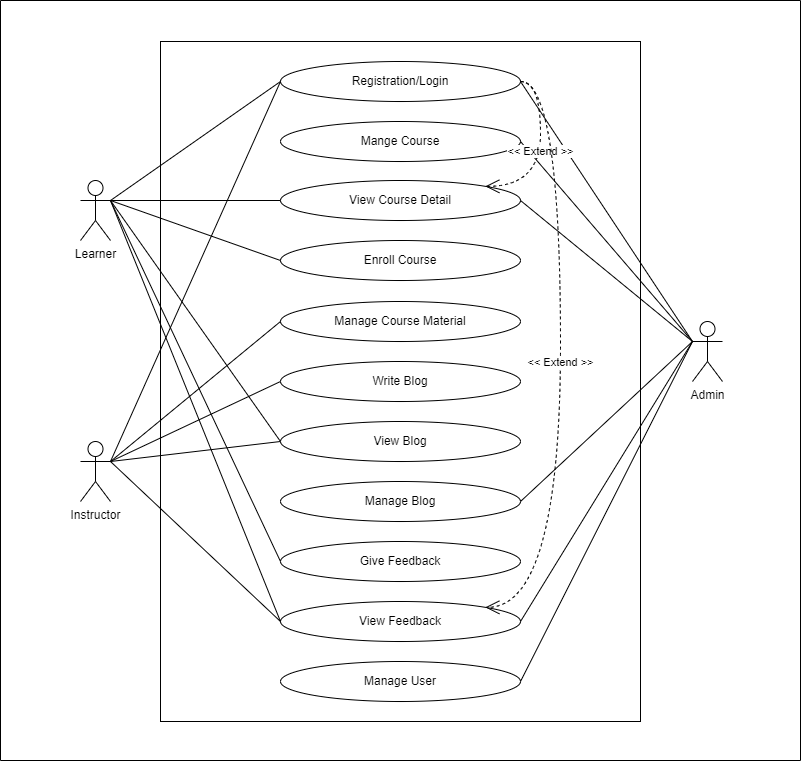
The draw.io diagram Materials/Use Case Diagrams/Use case.png in iprosenjitp/Tech-School, before a commit. Source tidied: cells renumbered, new cells last; positions are measured from the earlier drawing's top-left corner, leaving out a move shared by most shapes.
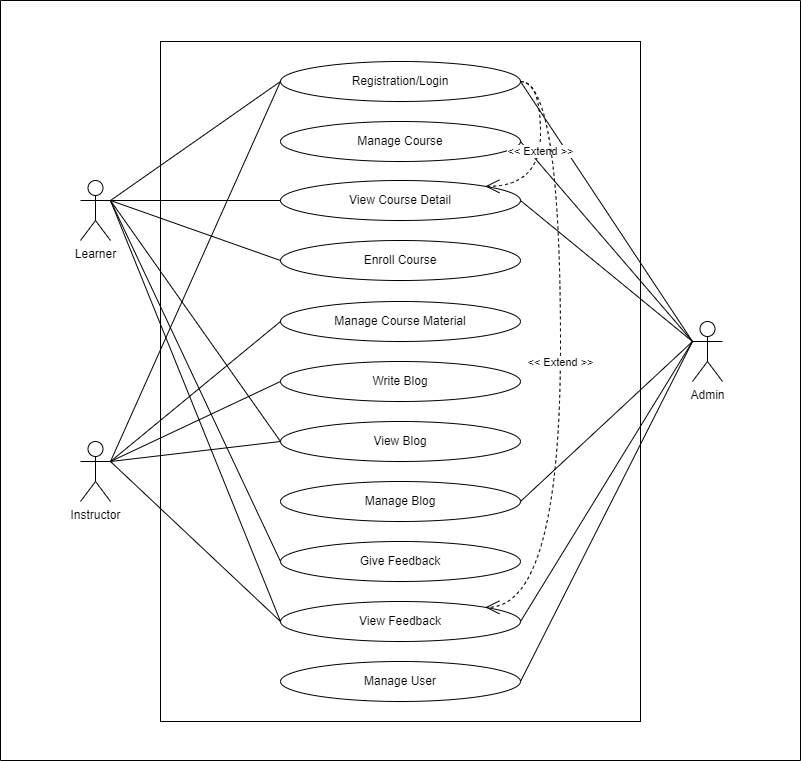
Above is the later version.

The edit, as a diff of the source:
```diff
@@ -8,7 +8,7 @@
     <mxCell id="3" value="Registration/Login" style="ellipse;whiteSpace=wrap;html=1;" parent="1" vertex="1">
       <mxGeometry x="280" y="61" width="240" height="40" as="geometry" />
     </mxCell>
-    <mxCell id="4" value="Mange Course" style="ellipse;whiteSpace=wrap;html=1;" parent="1" vertex="1">
+    <mxCell id="4" value="Manage Course" style="ellipse;whiteSpace=wrap;html=1;" parent="1" vertex="1">
       <mxGeometry x="280" y="121" width="240" height="40" as="geometry" />
     </mxCell>
     <mxCell id="5" value="View Course Detail" style="ellipse;whiteSpace=wrap;html=1;" parent="1" vertex="1">
```
